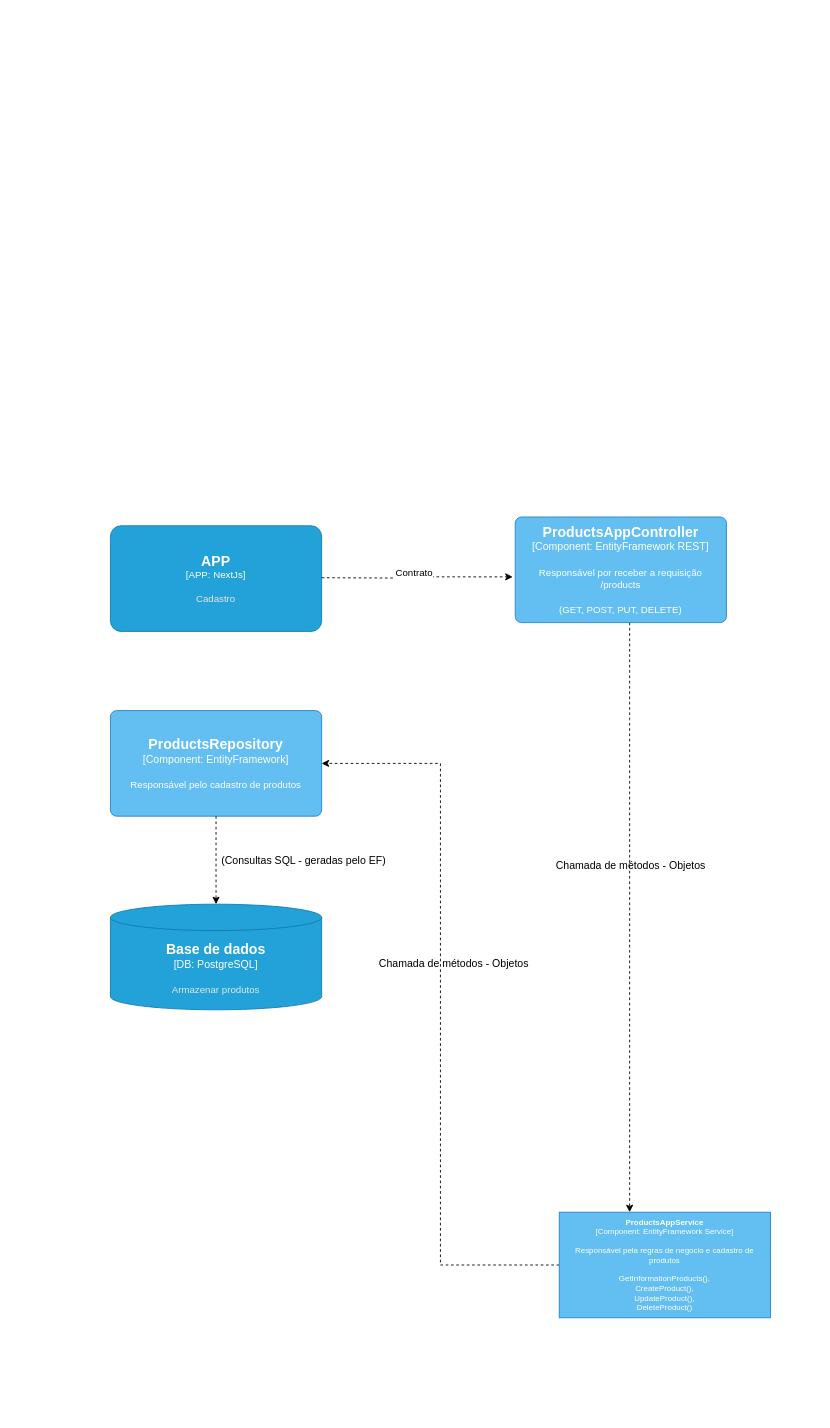
Joaoof/Estoque keeps this draw.io diagram as page "Component" (3 of 6) of API de estoque.drawio. Above is the earlier version. Source tidied: cells renumbered, new cells numbered last; positions are measured from the earlier drawing's top-left corner, leaving out a move shared by most shapes. Both pictures are drawn from the tidied source at 88%, with x=0, y=0 at pixel (110, 517).
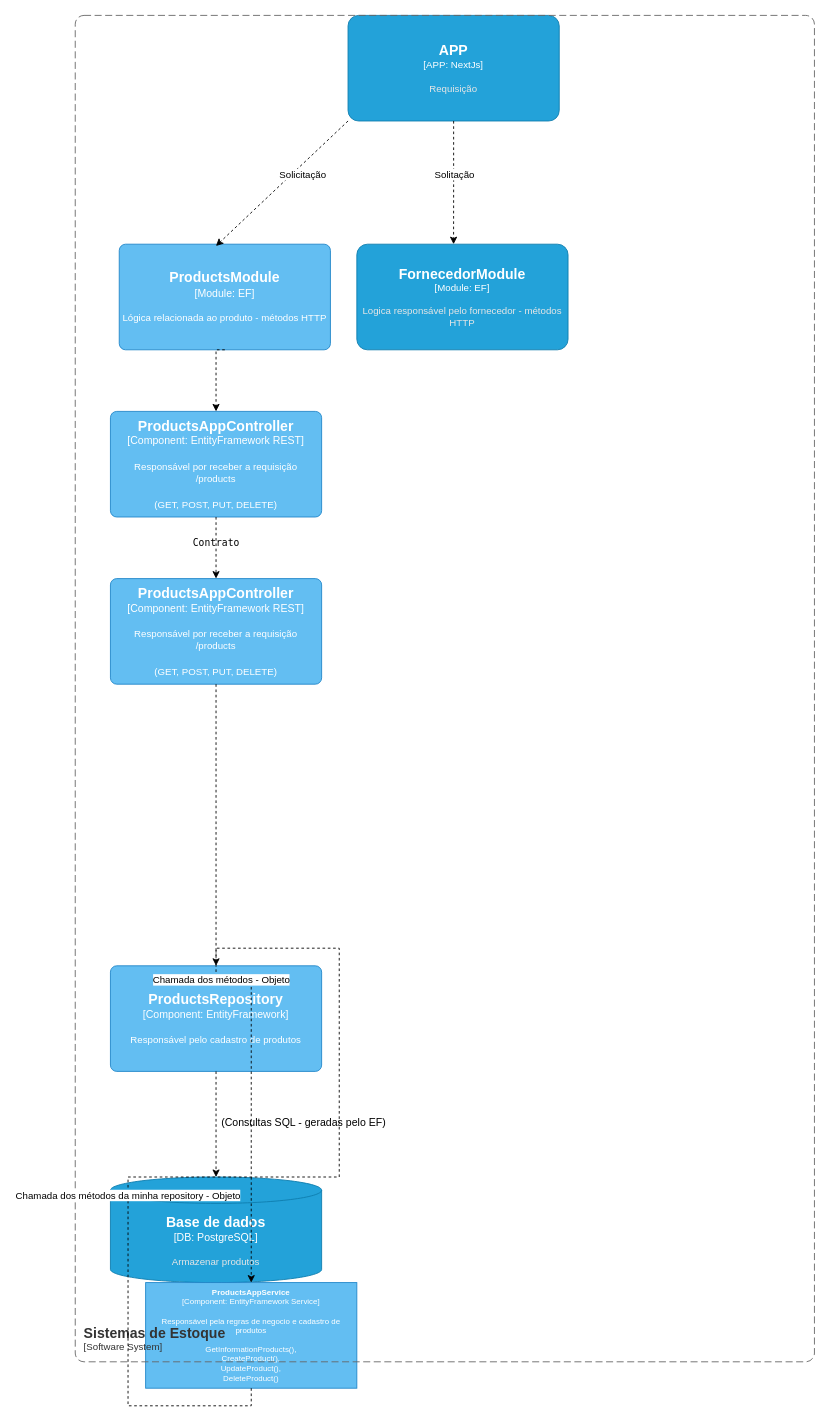
The same diagram, later.

The edit, as a diff of the source:
```diff
@@
-    <object id="2" label="&lt;font style=&quot;font-size: 16px&quot;&gt;&lt;b&gt;%c4Name%&lt;/b&gt;&lt;/font&gt;&lt;div&gt;[%c4Type%: %c4Technology%]&lt;/div&gt;&lt;br&gt;&lt;div&gt;&lt;font style=&quot;font-size: 11px&quot;&gt;&lt;font color=&quot;#E6E6E6&quot;&gt;%c4Description%&lt;/font&gt;&lt;/div&gt;" c4Description="Cadastro" c4Name="APP" c4Technology="NextJs" c4Type="APP" placeholders="1">
+    <object id="2" label="&lt;font style=&quot;font-size: 16px&quot;&gt;&lt;b&gt;%c4Name%&lt;/b&gt;&lt;/font&gt;&lt;div&gt;[%c4Type%: %c4Technology%]&lt;/div&gt;&lt;br&gt;&lt;div&gt;&lt;font style=&quot;font-size: 11px&quot;&gt;&lt;font color=&quot;#E6E6E6&quot;&gt;%c4Description%&lt;/font&gt;&lt;/div&gt;" c4Description="Requisição" c4Name="APP" c4Technology="NextJs" c4Type="APP" placeholders="1">
       <mxCell style="rounded=1;whiteSpace=wrap;html=1;fontSize=11;labelBackgroundColor=none;fillColor=#23A2D9;fontColor=#ffffff;align=center;arcSize=10;strokeColor=#0E7DAD;points=[[0.25,0,0],[0.5,0,0],[0.75,0,0],[1,0.25,0],[1,0.5,0],[1,0.75,0],[0.75,1,0],[0.5,1,0],[0.25,1,0],[0,0.75,0],[0,0.5,0],[0,0.25,0]];" parent="1" vertex="1">
-        <mxGeometry y="10" width="240" height="120" as="geometry" />
+        <mxGeometry x="270" y="-570" width="240" height="120" as="geometry" />
       </mxCell>
     </object>
-    <mxCell id="3" style="edgeStyle=orthogonalEdgeStyle;rounded=0;jettySize=auto;html=1;dashed=1;" parent="1" edge="1" source="5" target="15">
-      <mxGeometry relative="1" as="geometry">
-        <Array as="points">
-          <mxPoint x="590" y="230" />
-          <mxPoint x="590" y="230" />
-        </Array>
-      </mxGeometry>
-    </mxCell>
-    <mxCell id="4" value="&lt;font color=&quot;#000000&quot;&gt;Chamada de métodos - Objetos&lt;/font&gt;" style="edgeLabel;html=1;align=center;verticalAlign=middle;rounded=1;strokeColor=#2086C9;spacingLeft=0;arcSize=6;fontFamily=Helvetica;fontSize=12;fontColor=#ffffff;labelBackgroundColor=none;fillColor=#63BEF2;" parent="3" vertex="1">
-      <mxGeometry x="-0.18" y="1" relative="1" as="geometry">
-        <mxPoint x="-1" as="offset" />
-      </mxGeometry>
-    </mxCell>
     <object id="5" label="&lt;font style=&quot;font-size: 16px&quot;&gt;&lt;b&gt;%c4Name%&lt;/b&gt;&lt;/font&gt;&lt;div&gt;[%c4Type%: %c4Technology%]&lt;/div&gt;&lt;br&gt;&lt;div&gt;&lt;font style=&quot;font-size: 11px&quot;&gt;%c4Description%&lt;/font&gt;&lt;/div&gt;" c4Description="Responsável por receber a requisição &#10;/products&#10;&#10;(GET, POST, PUT, DELETE)" c4Name="ProductsAppController" c4Technology="EntityFramework REST" c4Type="Component" placeholders="1">
       <mxCell style="rounded=1;whiteSpace=wrap;html=1;labelBackgroundColor=none;fillColor=#63BEF2;fontColor=#ffffff;align=center;arcSize=6;strokeColor=#2086C9;points=[[0.25,0,0],[0.5,0,0],[0.75,0,0],[1,0.25,0],[1,0.5,0],[1,0.75,0],[0.75,1,0],[0.5,1,0],[0.25,1,0],[0,0.75,0],[0,0.5,0],[0,0.25,0]];" parent="1" vertex="1">
-        <mxGeometry x="460" width="240" height="120" as="geometry" />
+        <mxGeometry y="70" width="240" height="120" as="geometry" />
       </mxCell>
     </object>
     <object id="6" label="&lt;font style=&quot;font-size: 16px&quot;&gt;&lt;b&gt;%c4Name%&lt;/b&gt;&lt;/font&gt;&lt;div&gt;[%c4Type%: %c4Technology%]&lt;/div&gt;&lt;br&gt;&lt;div&gt;&lt;font style=&quot;font-size: 11px&quot;&gt;%c4Description%&lt;/font&gt;&lt;/div&gt;" c4Description="Responsável pelo cadastro de produtos" c4Name="ProductsRepository" c4Technology="EntityFramework" c4Type="Component" placeholders="1">
       <mxCell style="rounded=1;whiteSpace=wrap;html=1;labelBackgroundColor=none;fillColor=#63BEF2;fontColor=#ffffff;align=center;arcSize=6;strokeColor=#2086C9;points=[[0.25,0,0],[0.5,0,0],[0.75,0,0],[1,0.25,0],[1,0.5,0],[1,0.75,0],[0.75,1,0],[0.5,1,0],[0.25,1,0],[0,0.75,0],[0,0.5,0],[0,0.25,0]];" parent="1" vertex="1">
-        <mxGeometry y="220" width="240" height="120" as="geometry" />
+        <mxGeometry y="510" width="240" height="120" as="geometry" />
       </mxCell>
     </object>
-    <mxCell id="7" style="edgeStyle=orthogonalEdgeStyle;rounded=0;jettySize=auto;html=1;entryX=-0.012;entryY=0.567;entryDx=0;entryDy=0;entryPerimeter=0;dashed=1;" parent="1" edge="1" target="5">
-      <mxGeometry relative="1" as="geometry">
-        <mxPoint x="240" y="69" as="sourcePoint" />
-      </mxGeometry>
-    </mxCell>
-    <mxCell id="8" value="Contrato&lt;div&gt;&lt;br&gt;&lt;/div&gt;" style="edgeLabel;html=1;align=center;verticalAlign=middle;" parent="7" vertex="1">
-      <mxGeometry x="0.01" y="-2" relative="1" as="geometry">
-        <mxPoint x="-5" y="-1" as="offset" />
-      </mxGeometry>
-    </mxCell>
-    <mxCell id="9" style="edgeStyle=orthogonalEdgeStyle;rounded=0;jettySize=auto;html=1;entryX=1;entryY=0.5;entryDx=0;entryDy=0;entryPerimeter=0;dashed=1;strokeColor=#000000;" parent="1" edge="1" source="15" target="6">
-      <mxGeometry relative="1" as="geometry" />
-    </mxCell>
-    <mxCell id="10" value="Chamada de métodos - Objetos&lt;div&gt;&amp;nbsp;&lt;/div&gt;" style="edgeLabel;html=1;align=center;verticalAlign=middle;rounded=1;strokeColor=#2086C9;spacingLeft=0;arcSize=6;fontFamily=Helvetica;fontSize=12;fontColor=default;labelBackgroundColor=none;fillColor=#63BEF2;" parent="9" vertex="1">
-      <mxGeometry x="0.13" y="-4" relative="1" as="geometry">
-        <mxPoint x="10" y="4" as="offset" />
-      </mxGeometry>
-    </mxCell>
-    <mxCell id="11" style="edgeLabel;html=1;align=center;verticalAlign=middle;rounded=1;strokeColor=#2086C9;spacingLeft=0;arcSize=6;fontFamily=Helvetica;fontSize=12;fontColor=#ffffff;labelBackgroundColor=none;fillColor=#63BEF2;" parent="9" vertex="1">
-      <mxGeometry x="-0.48" y="-6" relative="1" as="geometry" />
-    </mxCell>
     <object id="12" label="&lt;font style=&quot;font-size: 16px&quot;&gt;&lt;b&gt;%c4Name%&lt;/b&gt;&lt;/font&gt;&lt;div&gt;[%c4Type%:&amp;nbsp;%c4Technology%]&lt;/div&gt;&lt;br&gt;&lt;div&gt;&lt;font style=&quot;font-size: 11px&quot;&gt;&lt;font color=&quot;#E6E6E6&quot;&gt;%c4Description%&lt;/font&gt;&lt;/div&gt;" c4Description="Armazenar produtos" c4Name="Base de dados" c4Technology="PostgreSQL" c4Type="DB" placeholders="1">
       <mxCell style="shape=cylinder3;size=15;whiteSpace=wrap;html=1;boundedLbl=1;rounded=0;labelBackgroundColor=none;fillColor=#23A2D9;fontSize=12;fontColor=#ffffff;align=center;strokeColor=#0E7DAD;points=[[0.5,0,0],[1,0.25,0],[1,0.5,0],[1,0.75,0],[0.5,1,0],[0,0.75,0],[0,0.5,0],[0,0.25,0]];" parent="1" vertex="1">
-        <mxGeometry y="440" width="240" height="120" as="geometry" />
+        <mxGeometry y="750" width="240" height="120" as="geometry" />
       </mxCell>
     </object>
@@
     <object id="15" label="&lt;font style=&quot;font-size: 9px;&quot;&gt;&lt;b style=&quot;font-size: 9px;&quot;&gt;%c4Name%&lt;/b&gt;&lt;/font&gt;&lt;div style=&quot;font-size: 9px;&quot;&gt;[%c4Type%: %c4Technology%]&lt;/div&gt;&lt;br style=&quot;font-size: 9px;&quot;&gt;&lt;div style=&quot;font-size: 9px;&quot;&gt;&lt;font style=&quot;font-size: 9px;&quot;&gt;%c4Description%&lt;/font&gt;&lt;/div&gt; " c4Description="Responsável pela regras de negocio e cadastro de produtos &#10;&#10;GetInformationProducts(),&#10;CreateProduct(), &#10;UpdateProduct(),&#10;DeleteProduct()" c4Name="ProductsAppService" c4Technology="EntityFramework Service" c4Type="Component" placeholders="1">
       <mxCell style="rounded=1;whiteSpace=wrap;html=1;labelBackgroundColor=none;fillColor=#63BEF2;fontColor=#ffffff;align=center;arcSize=0;strokeColor=#2086C9;points=[[0.25,0,0],[0.5,0,0],[0.75,0,0],[1,0.25,0],[1,0.5,0],[1,0.75,0],[0.75,1,0],[0.5,1,0],[0.25,1,0],[0,0.75,0],[0,0.5,0],[0,0.25,0]];spacingLeft=0;fontSize=9;verticalAlign=middle;direction=east;rotation=0;glass=0;imageAspect=1;imageWidth=50;imageHeight=103;fillOpacity=100;fixDash=0;fixedWidth=0;" parent="1" vertex="1">
         <mxGeometry x="540" y="790" width="240" height="120" relative="1" as="geometry">
-          <mxPoint x="510" y="790" as="offset" />
+          <mxPoint x="40" y="870" as="offset" />
         </mxGeometry>
       </mxCell>
     </object>
+    <object id="16" label="&lt;font style=&quot;font-size: 16px&quot;&gt;&lt;b&gt;%c4Name%&lt;/b&gt;&lt;/font&gt;&lt;div&gt;[%c4Type%: %c4Technology%]&lt;/div&gt;&lt;br&gt;&lt;div&gt;&lt;font style=&quot;font-size: 11px&quot;&gt;%c4Description%&lt;/font&gt;&lt;/div&gt;" c4Description="Responsável por receber a requisição &#10;/products&#10;&#10;(GET, POST, PUT, DELETE)" c4Name="ProductsAppController" c4Technology="EntityFramework REST" c4Type="Component" placeholders="1">
+      <mxCell style="rounded=1;whiteSpace=wrap;html=1;labelBackgroundColor=none;fillColor=#63BEF2;fontColor=#ffffff;align=center;arcSize=6;strokeColor=#2086C9;points=[[0.25,0,0],[0.5,0,0],[0.75,0,0],[1,0.25,0],[1,0.5,0],[1,0.75,0],[0.75,1,0],[0.5,1,0],[0.25,1,0],[0,0.75,0],[0,0.5,0],[0,0.25,0]];" parent="1" vertex="1">
+        <mxGeometry y="-120" width="240" height="120" as="geometry" />
+      </mxCell>
+    </object>
+    <object id="17" label="&lt;font style=&quot;font-size: 16px&quot;&gt;&lt;b&gt;&lt;div style=&quot;text-align: left&quot;&gt;%c4Name%&lt;/div&gt;&lt;/b&gt;&lt;/font&gt;&lt;div style=&quot;text-align: left&quot;&gt;[%c4Application%]&lt;/div&gt;" c4Application="Software System" c4Name="Sistemas de Estoque" placeholders="1">
+      <mxCell style="rounded=1;fontSize=11;whiteSpace=wrap;html=1;dashed=1;arcSize=20;fillColor=none;strokeColor=#666666;fontColor=#333333;labelBackgroundColor=none;align=left;verticalAlign=bottom;labelBorderColor=none;spacingTop=0;spacing=10;dashPattern=8 4;perimeter=rectanglePerimeter;noLabel=0;labelPadding=0;absoluteArcSize=1;" parent="1" vertex="1">
+        <mxGeometry x="-40" y="-570" width="840" height="1530" as="geometry" />
+      </mxCell>
+    </object>
+    <object id="18" label="&lt;font style=&quot;font-size: 16px&quot;&gt;&lt;b&gt;%c4Name%&lt;/b&gt;&lt;/font&gt;&lt;div&gt;[%c4Type%: %c4Technology%]&lt;/div&gt;&lt;br&gt;&lt;div&gt;&lt;font style=&quot;font-size: 11px&quot;&gt;%c4Description%&lt;/font&gt;&lt;/div&gt;" c4Description="Lógica relacionada ao produto - métodos HTTP" c4Name="ProductsModule" c4Technology="EF" c4Type="Module" placeholders="1">
+      <mxCell style="rounded=1;whiteSpace=wrap;html=1;labelBackgroundColor=none;fillColor=#63BEF2;fontColor=#ffffff;align=center;arcSize=6;strokeColor=#2086C9;points=[[0.25,0,0],[0.5,0,0],[0.75,0,0],[1,0.25,0],[1,0.5,0],[1,0.75,0],[0.75,1,0],[0.5,1,0],[0.25,1,0],[0,0.75,0],[0,0.5,0],[0,0.25,0]];" parent="1" vertex="1">
+        <mxGeometry x="10" y="-310" width="240" height="120" as="geometry" />
+      </mxCell>
+    </object>
+    <mxCell id="19" style="rounded=0;jettySize=auto;html=1;exitX=0;exitY=1;exitDx=0;exitDy=0;exitPerimeter=0;entryX=0.458;entryY=0.017;entryDx=0;entryDy=0;entryPerimeter=0;dashed=1;" parent="1" edge="1" source="2" target="18">
+      <mxGeometry relative="1" as="geometry" />
+    </mxCell>
+    <mxCell id="8" value="Contrato" style="edgeLabel;html=1;align=center;verticalAlign=middle;labelBackgroundColor=none;fontColor=default;labelBorderColor=none;fontFamily=Lucida Console;" parent="19" vertex="1">
+      <mxGeometry x="-0.13" relative="1" as="geometry">
+        <mxPoint x="-85" y="418" as="offset" />
+      </mxGeometry>
+    </mxCell>
+    <mxCell id="20" value="Solicitação&amp;nbsp;" style="edgeLabel;html=1;align=center;verticalAlign=middle;" parent="19" vertex="1">
+      <mxGeometry x="-0.31" y="-3" relative="1" as="geometry">
+        <mxPoint x="3" y="14" as="offset" />
+      </mxGeometry>
+    </mxCell>
+    <mxCell id="21" style="edgeStyle=orthogonalEdgeStyle;rounded=0;jettySize=auto;html=1;exitX=0.5;exitY=1;exitDx=0;exitDy=0;exitPerimeter=0;dashed=1;" parent="1" edge="1" source="18">
+      <mxGeometry relative="1" as="geometry">
+        <mxPoint x="120" y="-120" as="targetPoint" />
+        <Array as="points">
+          <mxPoint x="120" y="-190" />
+          <mxPoint x="120" y="-120" />
+        </Array>
+      </mxGeometry>
+    </mxCell>
+    <mxCell id="22" style="edgeStyle=orthogonalEdgeStyle;rounded=0;jettySize=auto;html=1;entryX=0.5;entryY=0;entryDx=0;entryDy=0;entryPerimeter=0;dashed=1;" parent="1" edge="1" source="16" target="5">
+      <mxGeometry relative="1" as="geometry" />
+    </mxCell>
+    <mxCell id="3" style="edgeStyle=orthogonalEdgeStyle;rounded=0;jettySize=auto;html=1;exitX=0.5;exitY=1;exitDx=0;exitDy=0;exitPerimeter=0;entryX=0.5;entryY=0;entryDx=0;entryDy=0;entryPerimeter=0;dashed=1;" parent="1" edge="1" source="5" target="15">
+      <mxGeometry relative="1" as="geometry" />
+    </mxCell>
+    <mxCell id="23" value="Chamada dos métodos - Objeto" style="edgeLabel;html=1;align=center;verticalAlign=middle;" parent="3" vertex="1">
+      <mxGeometry x="-0.07" y="5" relative="1" as="geometry" />
+    </mxCell>
+    <mxCell id="9" style="edgeStyle=orthogonalEdgeStyle;rounded=0;jettySize=auto;html=1;exitX=0.5;exitY=1;exitDx=0;exitDy=0;exitPerimeter=0;entryX=0.5;entryY=0;entryDx=0;entryDy=0;entryPerimeter=0;dashed=1;" parent="1" edge="1" source="15" target="6">
+      <mxGeometry relative="1" as="geometry" />
+    </mxCell>
+    <mxCell id="24" value="Chamada dos métodos da minha repository - Objeto" style="edgeLabel;html=1;align=center;verticalAlign=middle;" parent="9" vertex="1">
+      <mxGeometry x="-0.26" y="1" relative="1" as="geometry" />
+    </mxCell>
+    <object id="25" label="&lt;font style=&quot;font-size: 16px&quot;&gt;&lt;b&gt;%c4Name%&lt;/b&gt;&lt;/font&gt;&lt;div&gt;[%c4Type%: %c4Technology%]&lt;/div&gt;&lt;br&gt;&lt;div&gt;&lt;font style=&quot;font-size: 11px&quot;&gt;&lt;font color=&quot;#E6E6E6&quot;&gt;%c4Description%&lt;/font&gt;&lt;/div&gt;" c4Description="Logica responsável pelo fornecedor - métodos HTTP" c4Name="FornecedorModule" c4Technology="EF" c4Type="Module" placeholders="1">
+      <mxCell style="rounded=1;whiteSpace=wrap;html=1;fontSize=11;labelBackgroundColor=none;fillColor=#23A2D9;fontColor=#ffffff;align=center;arcSize=10;strokeColor=#0E7DAD;points=[[0.25,0,0],[0.5,0,0],[0.75,0,0],[1,0.25,0],[1,0.5,0],[1,0.75,0],[0.75,1,0],[0.5,1,0],[0.25,1,0],[0,0.75,0],[0,0.5,0],[0,0.25,0]];" parent="1" vertex="1">
+        <mxGeometry x="280" y="-310" width="240" height="120" as="geometry" />
+      </mxCell>
+    </object>
+    <mxCell id="26" style="edgeStyle=orthogonalEdgeStyle;rounded=0;jettySize=auto;html=1;exitX=0.5;exitY=1;exitDx=0;exitDy=0;exitPerimeter=0;entryX=0.458;entryY=0;entryDx=0;entryDy=0;entryPerimeter=0;dashed=1;" parent="1" edge="1" source="2" target="25">
+      <mxGeometry relative="1" as="geometry" />
+    </mxCell>
+    <mxCell id="27" value="Solitação" style="edgeLabel;html=1;align=center;verticalAlign=middle;" parent="26" vertex="1">
+      <mxGeometry x="-0.07" y="-1" relative="1" as="geometry">
+        <mxPoint x="1" y="-5" as="offset" />
+      </mxGeometry>
+    </mxCell>
```
